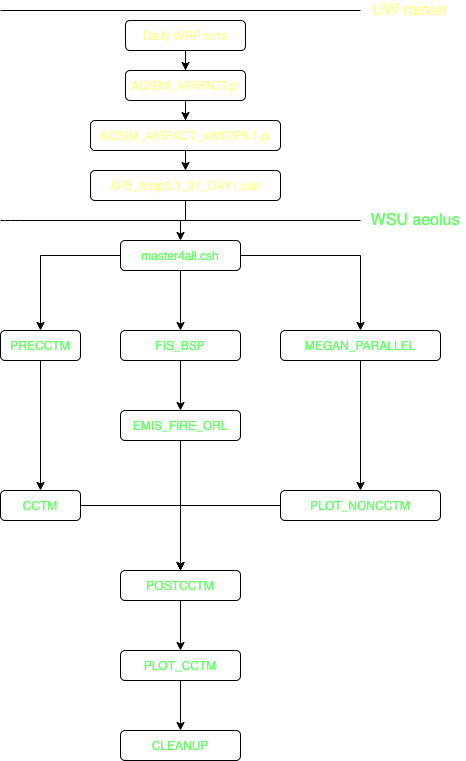
This is graphics/airpact5.png from wsular/airpact, a draw.io export, as it was before one commit. Source tidied: cells renumbered, new cells last; positions are measured from the earlier drawing's top-left corner, leaving out a move shared by most shapes. The source it was exported from:
```xml
<mxGraphModel>
  <root>
    <mxCell id="0" />
    <mxCell id="1" parent="0" />
    <mxCell id="2" style="endArrow=none;html=1;" parent="1" edge="1" target="4">
      <mxGeometry relative="1" as="geometry">
        <mxPoint y="10" as="sourcePoint" />
      </mxGeometry>
    </mxCell>
    <mxCell id="3" style="endArrow=none;html=1;" parent="1" edge="1">
      <mxGeometry relative="1" as="geometry">
        <mxPoint y="220" as="sourcePoint" />
        <mxPoint x="360" y="220" as="targetPoint" />
        <Array as="points">
          <mxPoint x="10" y="220" />
        </Array>
      </mxGeometry>
    </mxCell>
    <mxCell id="4" value="&lt;font style=&quot;font-size: 16px&quot;&gt;UW rainier&lt;/font&gt;" style="text;html=1;strokeColor=none;fillColor=none;align=center;verticalAlign=middle;whiteSpace=wrap;rounded=0;fontColor=#FFFF99;" parent="1" vertex="1">
      <mxGeometry x="360" width="100" height="20" as="geometry" />
    </mxCell>
    <mxCell id="5" value="&lt;font style=&quot;font-size: 16px&quot;&gt;WSU aeolus&lt;/font&gt;" style="text;html=1;strokeColor=none;fillColor=none;align=center;verticalAlign=middle;whiteSpace=wrap;rounded=0;fontColor=#66FF66;" parent="1" vertex="1">
      <mxGeometry x="365" y="210" width="100" height="20" as="geometry" />
    </mxCell>
    <mxCell id="6" style="edgeStyle=orthogonalEdgeStyle;rounded=0;jettySize=auto;html=1;" parent="1" edge="1" source="7" target="9">
      <mxGeometry relative="1" as="geometry" />
    </mxCell>
    <mxCell id="7" value="Daily WRF runs" style="rounded=1;whiteSpace=wrap;html=1;align=center;verticalAlign=middle;fontColor=#FFFF99;" parent="1" vertex="1">
      <mxGeometry x="125" y="20" width="120" height="30" as="geometry" />
    </mxCell>
    <mxCell id="8" style="edgeStyle=orthogonalEdgeStyle;rounded=0;jettySize=auto;html=1;" parent="1" edge="1" source="9" target="11">
      <mxGeometry relative="1" as="geometry" />
    </mxCell>
    <mxCell id="9" value="AQSIM_AIRPACT.pl" style="rounded=1;whiteSpace=wrap;html=1;align=center;verticalAlign=middle;fontColor=#FFFF99;" parent="1" vertex="1">
      <mxGeometry x="125" y="70" width="120" height="30" as="geometry" />
    </mxCell>
    <mxCell id="10" style="edgeStyle=orthogonalEdgeStyle;rounded=0;jettySize=auto;html=1;" parent="1" edge="1" source="11" target="13">
      <mxGeometry relative="1" as="geometry" />
    </mxCell>
    <mxCell id="11" value="AQSIM_AIRPACT_wMCIP5.1.pl" style="rounded=1;whiteSpace=wrap;html=1;align=center;verticalAlign=middle;fontColor=#FFFF99;" parent="1" vertex="1">
      <mxGeometry x="90" y="120" width="190" height="30" as="geometry" />
    </mxCell>
    <mxCell id="12" style="edgeStyle=orthogonalEdgeStyle;rounded=0;jettySize=auto;html=1;" parent="1" edge="1" source="13" target="17">
      <mxGeometry relative="1" as="geometry" />
    </mxCell>
    <mxCell id="13" value="AP5_mcip5.1_37_DAY1.csh" style="rounded=1;whiteSpace=wrap;html=1;align=center;verticalAlign=middle;fontColor=#FFFF99;" parent="1" vertex="1">
      <mxGeometry x="90" y="170" width="190" height="30" as="geometry" />
    </mxCell>
    <mxCell id="14" style="edgeStyle=orthogonalEdgeStyle;rounded=0;jettySize=auto;html=1;" parent="1" edge="1" source="17" target="21">
      <mxGeometry relative="1" as="geometry" />
    </mxCell>
    <mxCell id="15" style="edgeStyle=orthogonalEdgeStyle;rounded=0;jettySize=auto;html=1;entryX=0.5;entryY=0;entryDx=0;entryDy=0;" parent="1" edge="1" source="17" target="23">
      <mxGeometry relative="1" as="geometry" />
    </mxCell>
    <mxCell id="16" style="edgeStyle=orthogonalEdgeStyle;rounded=0;jettySize=auto;html=1;entryX=0.5;entryY=0;entryDx=0;entryDy=0;" parent="1" edge="1" source="17" target="19">
      <mxGeometry relative="1" as="geometry" />
    </mxCell>
    <mxCell id="17" value="master4all.csh" style="rounded=1;whiteSpace=wrap;html=1;align=center;verticalAlign=middle;fontColor=#66FF66;" parent="1" vertex="1">
      <mxGeometry x="120" y="240" width="120" height="30" as="geometry" />
    </mxCell>
    <mxCell id="18" style="edgeStyle=orthogonalEdgeStyle;rounded=0;jettySize=auto;html=1;entryX=0.5;entryY=0;entryDx=0;entryDy=0;" parent="1" edge="1" source="19" target="29">
      <mxGeometry relative="1" as="geometry" />
    </mxCell>
    <mxCell id="19" value="MEGAN_PARALLEL" style="rounded=1;whiteSpace=wrap;html=1;align=center;verticalAlign=middle;fontColor=#66FF66;" parent="1" vertex="1">
      <mxGeometry x="280" y="330" width="160" height="30" as="geometry" />
    </mxCell>
    <mxCell id="20" style="edgeStyle=orthogonalEdgeStyle;rounded=0;jettySize=auto;html=1;" parent="1" edge="1" source="21" target="25">
      <mxGeometry relative="1" as="geometry" />
    </mxCell>
    <mxCell id="21" value="FIS_BSP" style="rounded=1;whiteSpace=wrap;html=1;align=center;verticalAlign=middle;fontColor=#66FF66;" parent="1" vertex="1">
      <mxGeometry x="120" y="330" width="120" height="30" as="geometry" />
    </mxCell>
    <mxCell id="22" style="edgeStyle=orthogonalEdgeStyle;rounded=0;jettySize=auto;html=1;" parent="1" edge="1" source="23" target="27">
      <mxGeometry relative="1" as="geometry" />
    </mxCell>
    <mxCell id="23" value="PRECCTM" style="rounded=1;whiteSpace=wrap;html=1;align=center;verticalAlign=middle;fontColor=#66FF66;" parent="1" vertex="1">
      <mxGeometry y="330" width="80" height="30" as="geometry" />
    </mxCell>
    <mxCell id="24" style="edgeStyle=orthogonalEdgeStyle;rounded=0;jettySize=auto;html=1;" parent="1" edge="1" source="25" target="31">
      <mxGeometry relative="1" as="geometry" />
    </mxCell>
    <mxCell id="25" value="EMIS_FIRE_ORL" style="rounded=1;whiteSpace=wrap;html=1;align=center;verticalAlign=middle;fontColor=#66FF66;" parent="1" vertex="1">
      <mxGeometry x="120" y="410" width="120" height="30" as="geometry" />
    </mxCell>
    <mxCell id="26" style="edgeStyle=orthogonalEdgeStyle;rounded=0;jettySize=auto;html=1;" parent="1" edge="1" source="27" target="31">
      <mxGeometry relative="1" as="geometry" />
    </mxCell>
    <mxCell id="27" value="CCTM" style="rounded=1;whiteSpace=wrap;html=1;align=center;verticalAlign=middle;fontColor=#66FF66;" parent="1" vertex="1">
      <mxGeometry y="490" width="80" height="30" as="geometry" />
    </mxCell>
    <mxCell id="28" style="edgeStyle=orthogonalEdgeStyle;rounded=0;jettySize=auto;html=1;" parent="1" edge="1" source="29" target="31">
      <mxGeometry relative="1" as="geometry" />
    </mxCell>
    <mxCell id="29" value="PLOT_NONCCTM" style="rounded=1;whiteSpace=wrap;html=1;align=center;verticalAlign=middle;fontColor=#66FF66;" parent="1" vertex="1">
      <mxGeometry x="280" y="490" width="160" height="30" as="geometry" />
    </mxCell>
    <mxCell id="30" style="edgeStyle=orthogonalEdgeStyle;rounded=0;jettySize=auto;html=1;" parent="1" edge="1" source="31" target="33">
      <mxGeometry relative="1" as="geometry" />
    </mxCell>
    <mxCell id="31" value="POSTCCTM" style="rounded=1;whiteSpace=wrap;html=1;align=center;verticalAlign=middle;fontColor=#66FF66;" parent="1" vertex="1">
      <mxGeometry x="120" y="570" width="120" height="30" as="geometry" />
    </mxCell>
    <mxCell id="32" style="edgeStyle=orthogonalEdgeStyle;rounded=0;jettySize=auto;html=1;" parent="1" edge="1" source="33" target="34">
      <mxGeometry relative="1" as="geometry" />
    </mxCell>
    <mxCell id="33" value="PLOT_CCTM" style="rounded=1;whiteSpace=wrap;html=1;align=center;verticalAlign=middle;fontColor=#66FF66;" parent="1" vertex="1">
      <mxGeometry x="120" y="650" width="120" height="30" as="geometry" />
    </mxCell>
    <mxCell id="34" value="CLEANUP" style="rounded=1;whiteSpace=wrap;html=1;align=center;verticalAlign=middle;fontColor=#66FF66;" parent="1" vertex="1">
      <mxGeometry x="120" y="730" width="120" height="30" as="geometry" />
    </mxCell>
  </root>
</mxGraphModel>
```
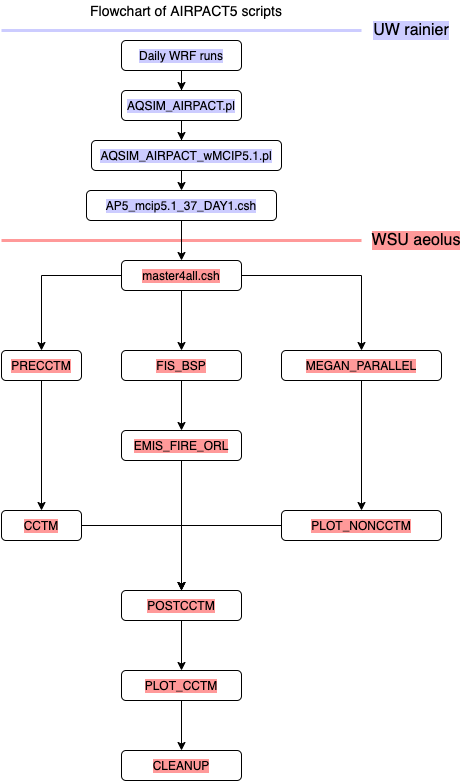
Above is the later version.

Commit message:
Update color scheme for flowchart of AIRPACT5 scripts

The edit, as a diff of the source:
```diff
@@ -2,12 +2,12 @@
   <root>
     <mxCell id="0" />
     <mxCell id="1" parent="0" />
-    <mxCell id="2" style="endArrow=none;html=1;" parent="1" edge="1" target="4">
+    <mxCell id="2" style="endArrow=none;html=1;labelBorderColor=#CCCCFF;strokeColor=#CCCCFF;strokeWidth=3;" parent="1" edge="1" target="4">
       <mxGeometry relative="1" as="geometry">
         <mxPoint y="10" as="sourcePoint" />
       </mxGeometry>
     </mxCell>
-    <mxCell id="3" style="endArrow=none;html=1;" parent="1" edge="1">
+    <mxCell id="3" style="endArrow=none;html=1;strokeColor=#FF9999;strokeWidth=3;" parent="1" edge="1">
       <mxGeometry relative="1" as="geometry">
         <mxPoint y="220" as="sourcePoint" />
         <mxPoint x="360" y="220" as="targetPoint" />
@@ -16,35 +16,40 @@
         </Array>
       </mxGeometry>
     </mxCell>
-    <mxCell id="4" value="&lt;font style=&quot;font-size: 16px&quot;&gt;UW rainier&lt;/font&gt;" style="text;html=1;strokeColor=none;fillColor=none;align=center;verticalAlign=middle;whiteSpace=wrap;rounded=0;fontColor=#FFFF99;" parent="1" vertex="1">
+    <mxCell id="4" value="&lt;font style=&quot;font-size: 16px&quot;&gt;UW rainier&lt;/font&gt;" style="text;html=1;strokeColor=none;fillColor=none;align=center;verticalAlign=middle;whiteSpace=wrap;rounded=0;labelBackgroundColor=#CCCCFF;" parent="1" vertex="1">
       <mxGeometry x="360" width="100" height="20" as="geometry" />
     </mxCell>
-    <mxCell id="5" value="&lt;font style=&quot;font-size: 16px&quot;&gt;WSU aeolus&lt;/font&gt;" style="text;html=1;strokeColor=none;fillColor=none;align=center;verticalAlign=middle;whiteSpace=wrap;rounded=0;fontColor=#66FF66;" parent="1" vertex="1">
+    <mxCell id="5" value="&lt;font style=&quot;font-size: 16px&quot;&gt;WSU aeolus&lt;/font&gt;" style="text;html=1;fillColor=none;align=center;verticalAlign=middle;whiteSpace=wrap;rounded=0;strokeWidth=4;labelBackgroundColor=#FF9999;" parent="1" vertex="1">
       <mxGeometry x="365" y="210" width="100" height="20" as="geometry" />
     </mxCell>
     <mxCell id="6" style="edgeStyle=orthogonalEdgeStyle;rounded=0;jettySize=auto;html=1;" parent="1" edge="1" source="7" target="9">
       <mxGeometry relative="1" as="geometry" />
     </mxCell>
-    <mxCell id="7" value="Daily WRF runs" style="rounded=1;whiteSpace=wrap;html=1;align=center;verticalAlign=middle;fontColor=#FFFF99;" parent="1" vertex="1">
-      <mxGeometry x="125" y="20" width="120" height="30" as="geometry" />
+    <mxCell id="7" value="Daily WRF runs" style="rounded=1;whiteSpace=wrap;html=1;align=center;verticalAlign=middle;labelBackgroundColor=#CCCCFF;" parent="1" vertex="1">
+      <mxGeometry x="120" y="20" width="120" height="30" as="geometry" />
     </mxCell>
-    <mxCell id="8" style="edgeStyle=orthogonalEdgeStyle;rounded=0;jettySize=auto;html=1;" parent="1" edge="1" source="9" target="11">
-      <mxGeometry relative="1" as="geometry" />
+    <mxCell id="8" style="edgeStyle=orthogonalEdgeStyle;rounded=0;jettySize=auto;html=1;" parent="1" edge="1" source="9">
+      <mxGeometry relative="1" as="geometry">
+        <mxPoint x="180" y="120" as="targetPoint" />
+      </mxGeometry>
     </mxCell>
-    <mxCell id="9" value="AQSIM_AIRPACT.pl" style="rounded=1;whiteSpace=wrap;html=1;align=center;verticalAlign=middle;fontColor=#FFFF99;" parent="1" vertex="1">
-      <mxGeometry x="125" y="70" width="120" height="30" as="geometry" />
+    <mxCell id="9" value="AQSIM_AIRPACT.pl" style="rounded=1;whiteSpace=wrap;html=1;align=center;verticalAlign=middle;labelBackgroundColor=#CCCCFF;" parent="1" vertex="1">
+      <mxGeometry x="120" y="70" width="120" height="30" as="geometry" />
     </mxCell>
-    <mxCell id="10" style="edgeStyle=orthogonalEdgeStyle;rounded=0;jettySize=auto;html=1;" parent="1" edge="1" source="11" target="13">
-      <mxGeometry relative="1" as="geometry" />
+    <mxCell id="10" style="edgeStyle=orthogonalEdgeStyle;rounded=0;orthogonalLoop=1;jettySize=auto;html=1;" parent="1" edge="1">
+      <mxGeometry relative="1" as="geometry">
+        <mxPoint x="180" y="150" as="sourcePoint" />
+        <mxPoint x="180" y="170" as="targetPoint" />
+      </mxGeometry>
     </mxCell>
-    <mxCell id="11" value="AQSIM_AIRPACT_wMCIP5.1.pl" style="rounded=1;whiteSpace=wrap;html=1;align=center;verticalAlign=middle;fontColor=#FFFF99;" parent="1" vertex="1">
+    <mxCell id="11" value="AQSIM_AIRPACT_wMCIP5.1.pl" style="rounded=1;whiteSpace=wrap;html=1;align=center;verticalAlign=middle;labelBackgroundColor=#CCCCFF;" parent="1" vertex="1">
       <mxGeometry x="90" y="120" width="190" height="30" as="geometry" />
     </mxCell>
     <mxCell id="12" style="edgeStyle=orthogonalEdgeStyle;rounded=0;jettySize=auto;html=1;" parent="1" edge="1" source="13" target="17">
       <mxGeometry relative="1" as="geometry" />
     </mxCell>
-    <mxCell id="13" value="AP5_mcip5.1_37_DAY1.csh" style="rounded=1;whiteSpace=wrap;html=1;align=center;verticalAlign=middle;fontColor=#FFFF99;" parent="1" vertex="1">
-      <mxGeometry x="90" y="170" width="190" height="30" as="geometry" />
+    <mxCell id="13" value="AP5_mcip5.1_37_DAY1.csh" style="rounded=1;whiteSpace=wrap;html=1;align=center;verticalAlign=middle;labelBackgroundColor=#CCCCFF;" parent="1" vertex="1">
+      <mxGeometry x="85" y="170" width="190" height="30" as="geometry" />
     </mxCell>
     <mxCell id="14" style="edgeStyle=orthogonalEdgeStyle;rounded=0;jettySize=auto;html=1;" parent="1" edge="1" source="17" target="21">
       <mxGeometry relative="1" as="geometry" />
@@ -55,59 +60,62 @@
     <mxCell id="16" style="edgeStyle=orthogonalEdgeStyle;rounded=0;jettySize=auto;html=1;entryX=0.5;entryY=0;entryDx=0;entryDy=0;" parent="1" edge="1" source="17" target="19">
       <mxGeometry relative="1" as="geometry" />
     </mxCell>
-    <mxCell id="17" value="master4all.csh" style="rounded=1;whiteSpace=wrap;html=1;align=center;verticalAlign=middle;fontColor=#66FF66;" parent="1" vertex="1">
+    <mxCell id="17" value="master4all.csh" style="rounded=1;whiteSpace=wrap;html=1;align=center;verticalAlign=middle;labelBackgroundColor=#FF9999;" parent="1" vertex="1">
       <mxGeometry x="120" y="240" width="120" height="30" as="geometry" />
     </mxCell>
     <mxCell id="18" style="edgeStyle=orthogonalEdgeStyle;rounded=0;jettySize=auto;html=1;entryX=0.5;entryY=0;entryDx=0;entryDy=0;" parent="1" edge="1" source="19" target="29">
       <mxGeometry relative="1" as="geometry" />
     </mxCell>
-    <mxCell id="19" value="MEGAN_PARALLEL" style="rounded=1;whiteSpace=wrap;html=1;align=center;verticalAlign=middle;fontColor=#66FF66;" parent="1" vertex="1">
+    <mxCell id="19" value="MEGAN_PARALLEL" style="rounded=1;whiteSpace=wrap;html=1;align=center;verticalAlign=middle;labelBackgroundColor=#FF9999;" parent="1" vertex="1">
       <mxGeometry x="280" y="330" width="160" height="30" as="geometry" />
     </mxCell>
     <mxCell id="20" style="edgeStyle=orthogonalEdgeStyle;rounded=0;jettySize=auto;html=1;" parent="1" edge="1" source="21" target="25">
       <mxGeometry relative="1" as="geometry" />
     </mxCell>
-    <mxCell id="21" value="FIS_BSP" style="rounded=1;whiteSpace=wrap;html=1;align=center;verticalAlign=middle;fontColor=#66FF66;" parent="1" vertex="1">
+    <mxCell id="21" value="FIS_BSP" style="rounded=1;whiteSpace=wrap;html=1;align=center;verticalAlign=middle;labelBackgroundColor=#FF9999;" parent="1" vertex="1">
       <mxGeometry x="120" y="330" width="120" height="30" as="geometry" />
     </mxCell>
     <mxCell id="22" style="edgeStyle=orthogonalEdgeStyle;rounded=0;jettySize=auto;html=1;" parent="1" edge="1" source="23" target="27">
       <mxGeometry relative="1" as="geometry" />
     </mxCell>
-    <mxCell id="23" value="PRECCTM" style="rounded=1;whiteSpace=wrap;html=1;align=center;verticalAlign=middle;fontColor=#66FF66;" parent="1" vertex="1">
+    <mxCell id="23" value="PRECCTM" style="rounded=1;whiteSpace=wrap;html=1;align=center;verticalAlign=middle;labelBackgroundColor=#FF9999;" parent="1" vertex="1">
       <mxGeometry y="330" width="80" height="30" as="geometry" />
     </mxCell>
     <mxCell id="24" style="edgeStyle=orthogonalEdgeStyle;rounded=0;jettySize=auto;html=1;" parent="1" edge="1" source="25" target="31">
       <mxGeometry relative="1" as="geometry" />
     </mxCell>
-    <mxCell id="25" value="EMIS_FIRE_ORL" style="rounded=1;whiteSpace=wrap;html=1;align=center;verticalAlign=middle;fontColor=#66FF66;" parent="1" vertex="1">
+    <mxCell id="25" value="EMIS_FIRE_ORL" style="rounded=1;whiteSpace=wrap;html=1;align=center;verticalAlign=middle;labelBackgroundColor=#FF9999;" parent="1" vertex="1">
       <mxGeometry x="120" y="410" width="120" height="30" as="geometry" />
     </mxCell>
     <mxCell id="26" style="edgeStyle=orthogonalEdgeStyle;rounded=0;jettySize=auto;html=1;" parent="1" edge="1" source="27" target="31">
       <mxGeometry relative="1" as="geometry" />
     </mxCell>
-    <mxCell id="27" value="CCTM" style="rounded=1;whiteSpace=wrap;html=1;align=center;verticalAlign=middle;fontColor=#66FF66;" parent="1" vertex="1">
+    <mxCell id="27" value="CCTM" style="rounded=1;whiteSpace=wrap;html=1;align=center;verticalAlign=middle;labelBackgroundColor=#FF9999;" parent="1" vertex="1">
       <mxGeometry y="490" width="80" height="30" as="geometry" />
     </mxCell>
     <mxCell id="28" style="edgeStyle=orthogonalEdgeStyle;rounded=0;jettySize=auto;html=1;" parent="1" edge="1" source="29" target="31">
       <mxGeometry relative="1" as="geometry" />
     </mxCell>
-    <mxCell id="29" value="PLOT_NONCCTM" style="rounded=1;whiteSpace=wrap;html=1;align=center;verticalAlign=middle;fontColor=#66FF66;" parent="1" vertex="1">
+    <mxCell id="29" value="PLOT_NONCCTM" style="rounded=1;whiteSpace=wrap;html=1;align=center;verticalAlign=middle;labelBackgroundColor=#FF9999;" parent="1" vertex="1">
       <mxGeometry x="280" y="490" width="160" height="30" as="geometry" />
     </mxCell>
     <mxCell id="30" style="edgeStyle=orthogonalEdgeStyle;rounded=0;jettySize=auto;html=1;" parent="1" edge="1" source="31" target="33">
       <mxGeometry relative="1" as="geometry" />
     </mxCell>
-    <mxCell id="31" value="POSTCCTM" style="rounded=1;whiteSpace=wrap;html=1;align=center;verticalAlign=middle;fontColor=#66FF66;" parent="1" vertex="1">
+    <mxCell id="31" value="POSTCCTM" style="rounded=1;whiteSpace=wrap;html=1;align=center;verticalAlign=middle;labelBackgroundColor=#FF9999;" parent="1" vertex="1">
       <mxGeometry x="120" y="570" width="120" height="30" as="geometry" />
     </mxCell>
     <mxCell id="32" style="edgeStyle=orthogonalEdgeStyle;rounded=0;jettySize=auto;html=1;" parent="1" edge="1" source="33" target="34">
       <mxGeometry relative="1" as="geometry" />
     </mxCell>
-    <mxCell id="33" value="PLOT_CCTM" style="rounded=1;whiteSpace=wrap;html=1;align=center;verticalAlign=middle;fontColor=#66FF66;" parent="1" vertex="1">
+    <mxCell id="33" value="PLOT_CCTM" style="rounded=1;whiteSpace=wrap;html=1;align=center;verticalAlign=middle;labelBackgroundColor=#FF9999;" parent="1" vertex="1">
       <mxGeometry x="120" y="650" width="120" height="30" as="geometry" />
     </mxCell>
-    <mxCell id="34" value="CLEANUP" style="rounded=1;whiteSpace=wrap;html=1;align=center;verticalAlign=middle;fontColor=#66FF66;" parent="1" vertex="1">
+    <mxCell id="34" value="CLEANUP" style="rounded=1;whiteSpace=wrap;html=1;align=center;verticalAlign=middle;labelBackgroundColor=#FF9999;" parent="1" vertex="1">
       <mxGeometry x="120" y="730" width="120" height="30" as="geometry" />
     </mxCell>
+    <mxCell id="35" value="&lt;font style=&quot;font-size: 14px&quot;&gt;Flowchart of AIRPACT5 scripts&lt;/font&gt;" style="text;html=1;strokeColor=none;fillColor=none;align=center;verticalAlign=middle;whiteSpace=wrap;rounded=0;labelBackgroundColor=none;fontColor=#000000;" parent="1" vertex="1">
+      <mxGeometry x="85" y="-20" width="200" height="20" as="geometry" />
+    </mxCell>
   </root>
 </mxGraphModel>
```
